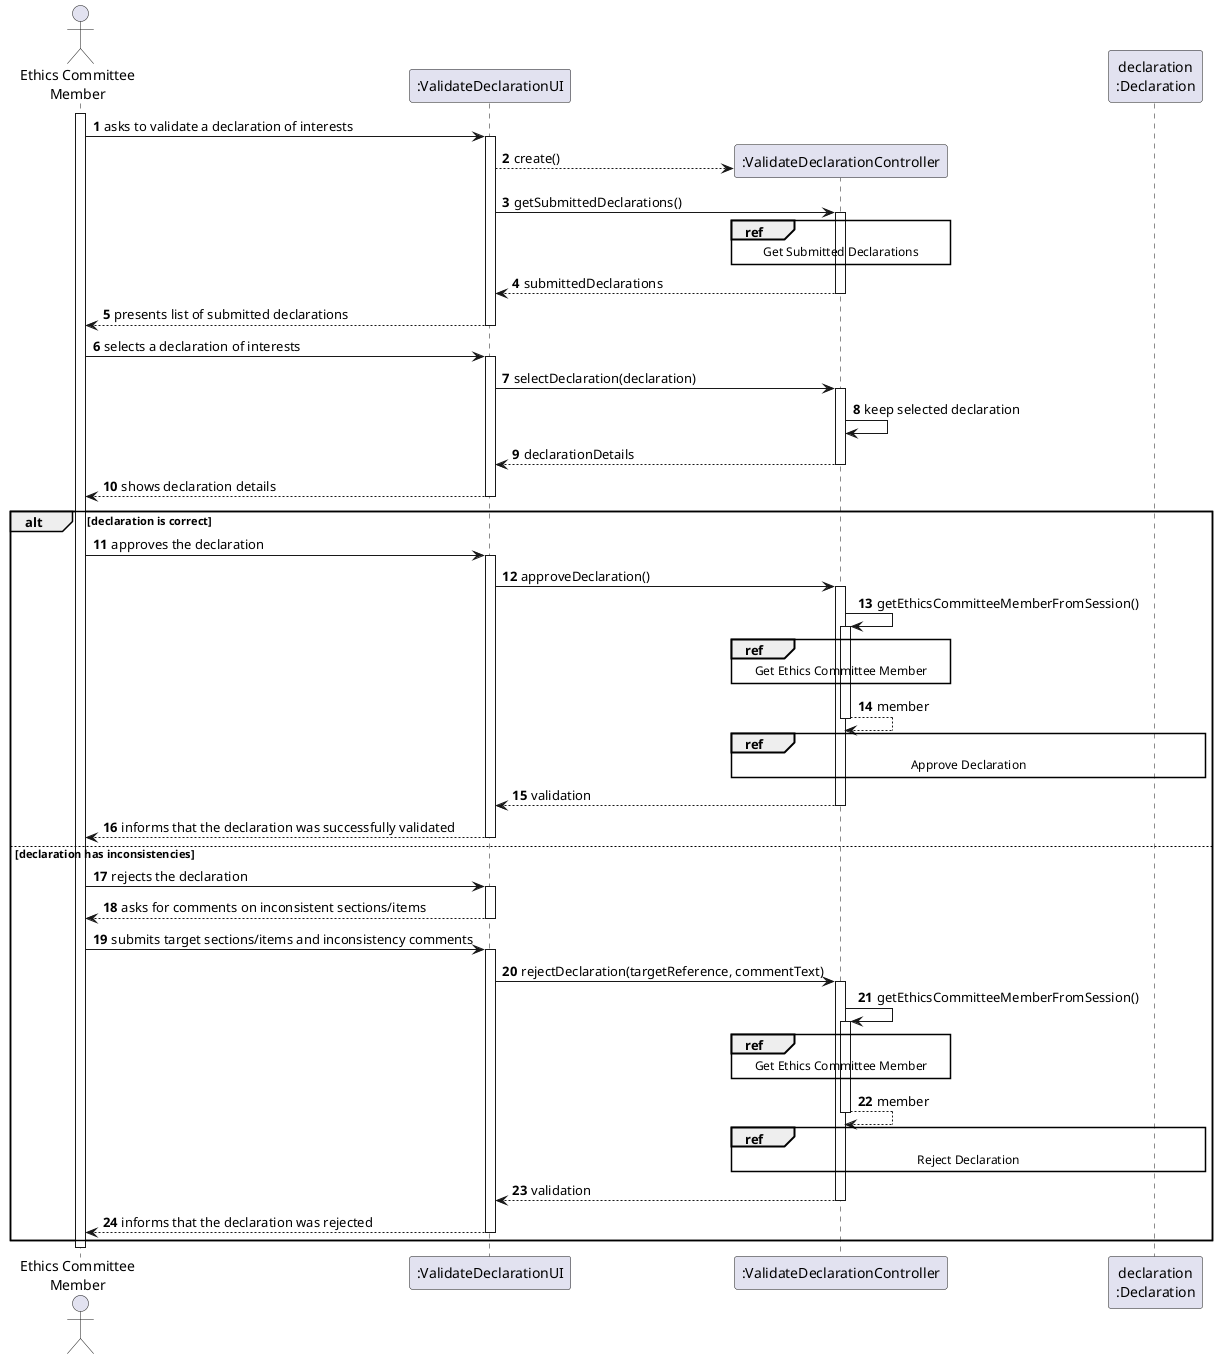
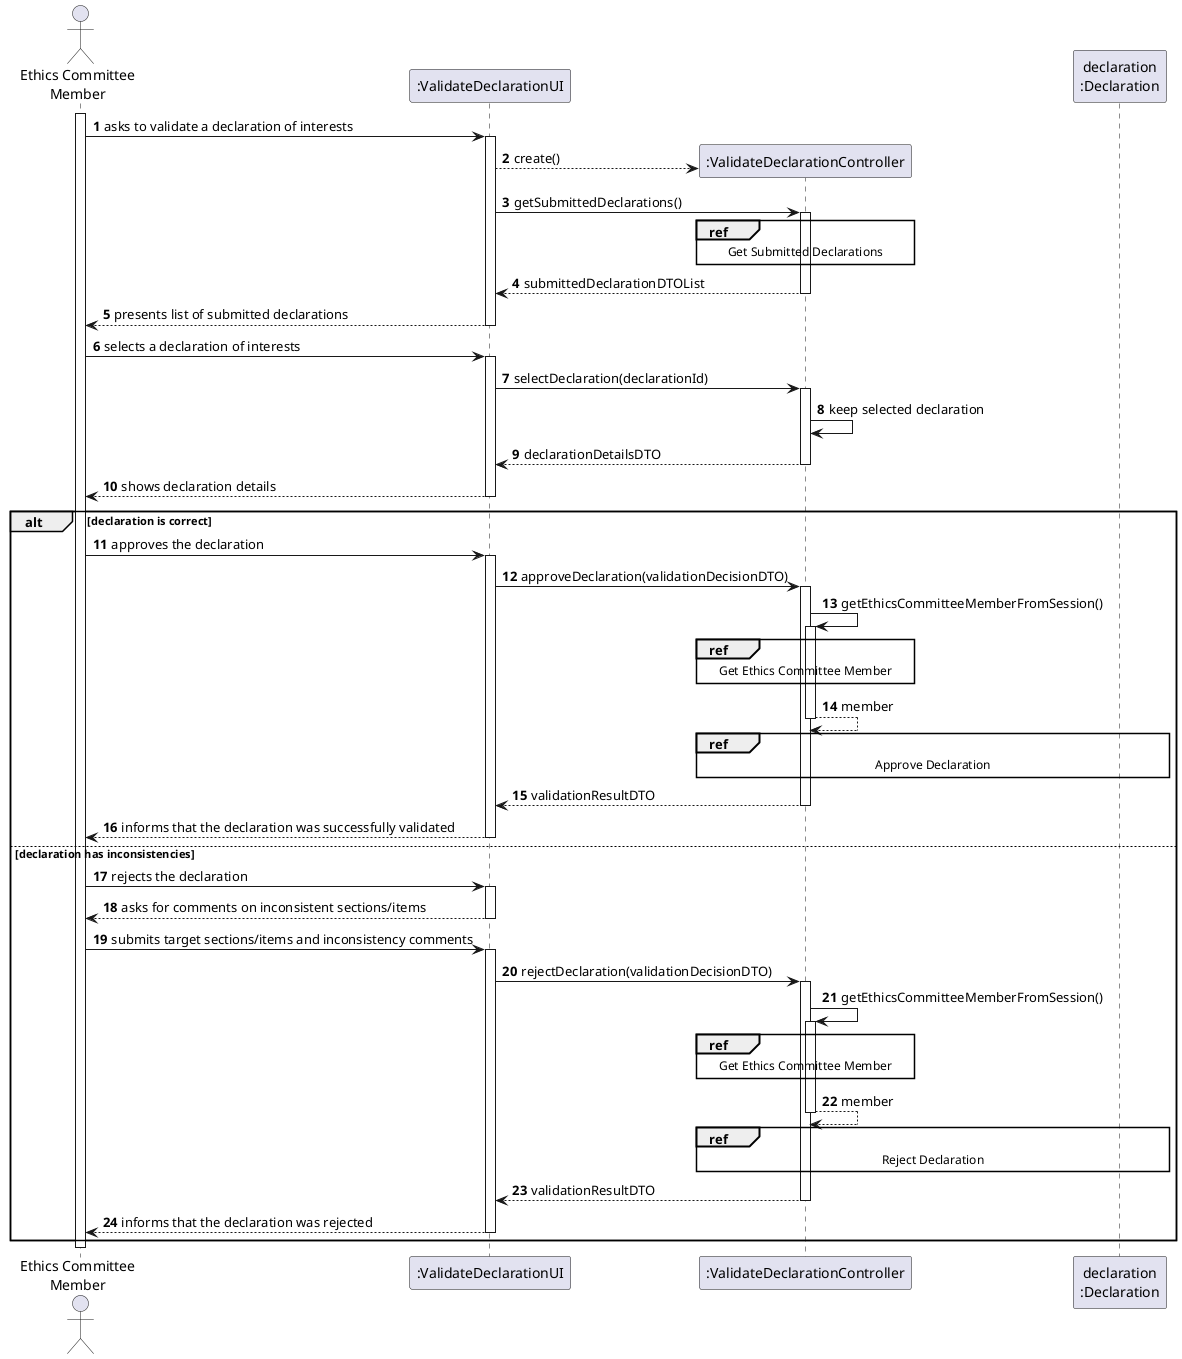
@startuml
'skinparam monochrome true
skinparam packageStyle rectangle
skinparam shadowing false

autonumber

'hide footbox
actor "Ethics Committee\nMember" as MEMBER_ACTOR

participant ":ValidateDeclarationUI" as UI
participant ":ValidateDeclarationController" as CTRL
participant "declaration\n:Declaration" as DECL

activate MEMBER_ACTOR

    MEMBER_ACTOR -> UI : asks to validate a declaration of interests
    activate UI
        UI --> CTRL** : create()

        UI -> CTRL : getSubmittedDeclarations()
        activate CTRL
            ref over CTRL
                Get Submitted Declarations
            end ref

-             CTRL --> UI : submittedDeclarations
+             CTRL --> UI : submittedDeclarationDTOList
        deactivate CTRL

        UI --> MEMBER_ACTOR : presents list of submitted declarations
    deactivate UI

    MEMBER_ACTOR -> UI : selects a declaration of interests
    activate UI
-         UI -> CTRL : selectDeclaration(declaration)
+         UI -> CTRL : selectDeclaration(declarationId)
        activate CTRL
            CTRL -> CTRL : keep selected declaration
-             CTRL --> UI : declarationDetails
+             CTRL --> UI : declarationDetailsDTO
        deactivate CTRL

        UI --> MEMBER_ACTOR : shows declaration details
    deactivate UI

    alt declaration is correct

        MEMBER_ACTOR -> UI : approves the declaration
        activate UI
-             UI -> CTRL : approveDeclaration()
+             UI -> CTRL : approveDeclaration(validationDecisionDTO)
            activate CTRL

                CTRL -> CTRL : getEthicsCommitteeMemberFromSession()
                activate CTRL
                    ref over CTRL
                        Get Ethics Committee Member
                    end ref

                    CTRL --> CTRL : member
                deactivate CTRL

                ref over CTRL, DECL
                    Approve Declaration
                end ref

-                 CTRL --> UI : validation
+                 CTRL --> UI : validationResultDTO
            deactivate CTRL

            UI --> MEMBER_ACTOR : informs that the declaration was successfully validated
        deactivate UI

    else declaration has inconsistencies

        MEMBER_ACTOR -> UI : rejects the declaration
        activate UI
            UI --> MEMBER_ACTOR : asks for comments on inconsistent sections/items
        deactivate UI

        MEMBER_ACTOR -> UI : submits target sections/items and inconsistency comments
        activate UI
-             UI -> CTRL : rejectDeclaration(targetReference, commentText)
+             UI -> CTRL : rejectDeclaration(validationDecisionDTO)
            activate CTRL

                CTRL -> CTRL : getEthicsCommitteeMemberFromSession()
                activate CTRL
                    ref over CTRL
                        Get Ethics Committee Member
                    end ref

                    CTRL --> CTRL : member
                deactivate CTRL

                ref over CTRL, DECL
                    Reject Declaration
                end ref

-                 CTRL --> UI : validation
+                 CTRL --> UI : validationResultDTO
            deactivate CTRL

            UI --> MEMBER_ACTOR : informs that the declaration was rejected
        deactivate UI

    end

deactivate MEMBER_ACTOR

@enduml
